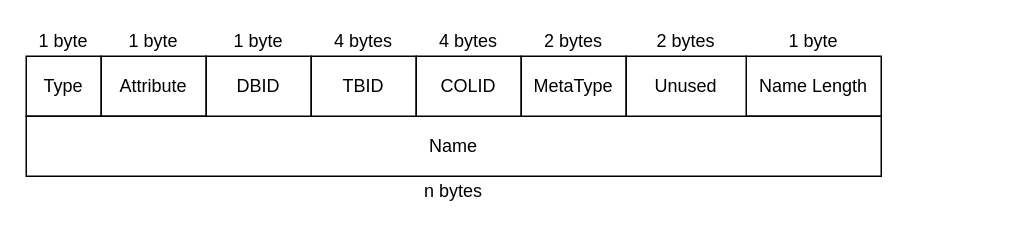
This is docs/draw.io/页结构-元数据.drawio from caoaolong/csdb-teach, a draw.io file, before an edit. Source tidied: cells renumbered, new cells numbered last; positions are measured from the earlier drawing's top-left corner, leaving out a move shared by most shapes. Both pictures are drawn from the tidied source at 150%, with x=0, y=0 at pixel (26, 26).
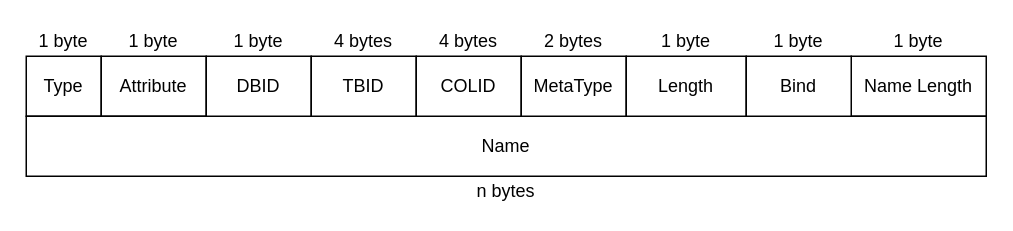
The same page after the edit.

The change refers to these unchanged cells:
```xml
<mxCell id="26" style="group;" parent="1" vertex="1">
  <mxGeometry x="400" width="80" height="60" as="geometry" />
</mxCell>
```

Diff of the diagram source:
```diff
@@
     <mxCell id="5" style="group;" parent="1" vertex="1">
-      <mxGeometry x="480" width="90" height="60" as="geometry" />
+      <mxGeometry x="550" width="90" height="60" as="geometry" />
     </mxCell>
@@
     <mxCell id="11" style="group;" parent="1" vertex="1">
-      <mxGeometry y="60" width="570" height="60" as="geometry" />
+      <mxGeometry y="60" width="640" height="60" as="geometry" />
     </mxCell>
     <mxCell id="12" value="n bytes" style="text;html=1;align=center;verticalAlign=middle;whiteSpace=wrap;rounded=0;" parent="11" vertex="1">
-      <mxGeometry y="40" width="570" height="20" as="geometry" />
+      <mxGeometry y="40" width="640" height="20" as="geometry" />
     </mxCell>
     <mxCell id="13" value="Name" style="rounded=0;whiteSpace=wrap;html=1;" parent="11" vertex="1">
-      <mxGeometry width="570" height="40" as="geometry" />
+      <mxGeometry width="640" height="40" as="geometry" />
     </mxCell>
@@
-    <mxCell id="27" value="Unused" style="rounded=0;whiteSpace=wrap;html=1;" parent="26" vertex="1">
+    <mxCell id="27" value="Length" style="rounded=0;whiteSpace=wrap;html=1;" parent="26" vertex="1">
       <mxGeometry y="20" width="80" height="40" as="geometry" />
     </mxCell>
-    <mxCell id="28" value="2 bytes" style="text;html=1;align=center;verticalAlign=middle;whiteSpace=wrap;rounded=0;" parent="26" vertex="1">
+    <mxCell id="28" value="1 byte" style="text;html=1;align=center;verticalAlign=middle;whiteSpace=wrap;rounded=0;" parent="26" vertex="1">
       <mxGeometry width="80" height="20" as="geometry" />
     </mxCell>
+    <mxCell id="29" style="group;" parent="1" vertex="1">
+      <mxGeometry x="480" width="70" height="60" as="geometry" />
+    </mxCell>
+    <mxCell id="30" value="Bind" style="rounded=0;whiteSpace=wrap;html=1;" parent="29" vertex="1">
+      <mxGeometry y="20" width="70" height="40" as="geometry" />
+    </mxCell>
+    <mxCell id="31" value="1 byte" style="text;html=1;align=center;verticalAlign=middle;whiteSpace=wrap;rounded=0;" parent="29" vertex="1">
+      <mxGeometry width="70" height="20" as="geometry" />
+    </mxCell>
```
